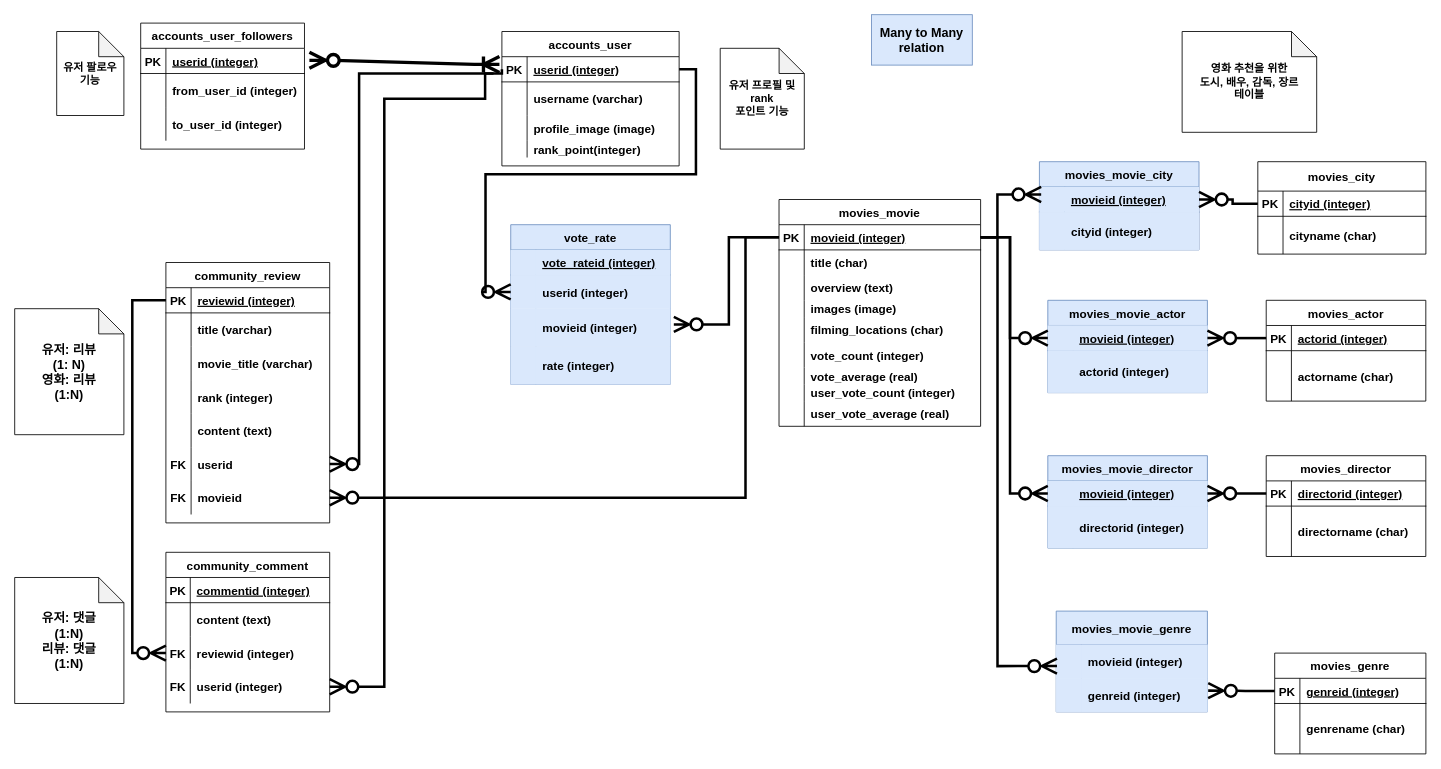
Before: sqlite-learn/prac_sql/movie_pjt.drawio in Santiago-kwp/TIL, a draw.io diagram. Source tidied: cells renumbered, new cells numbered last; positions are measured from the earlier drawing's top-left corner, leaving out a move shared by most shapes. Both pictures are drawn from the tidied source at 84%, with x=0, y=0 at pixel (14, 14).
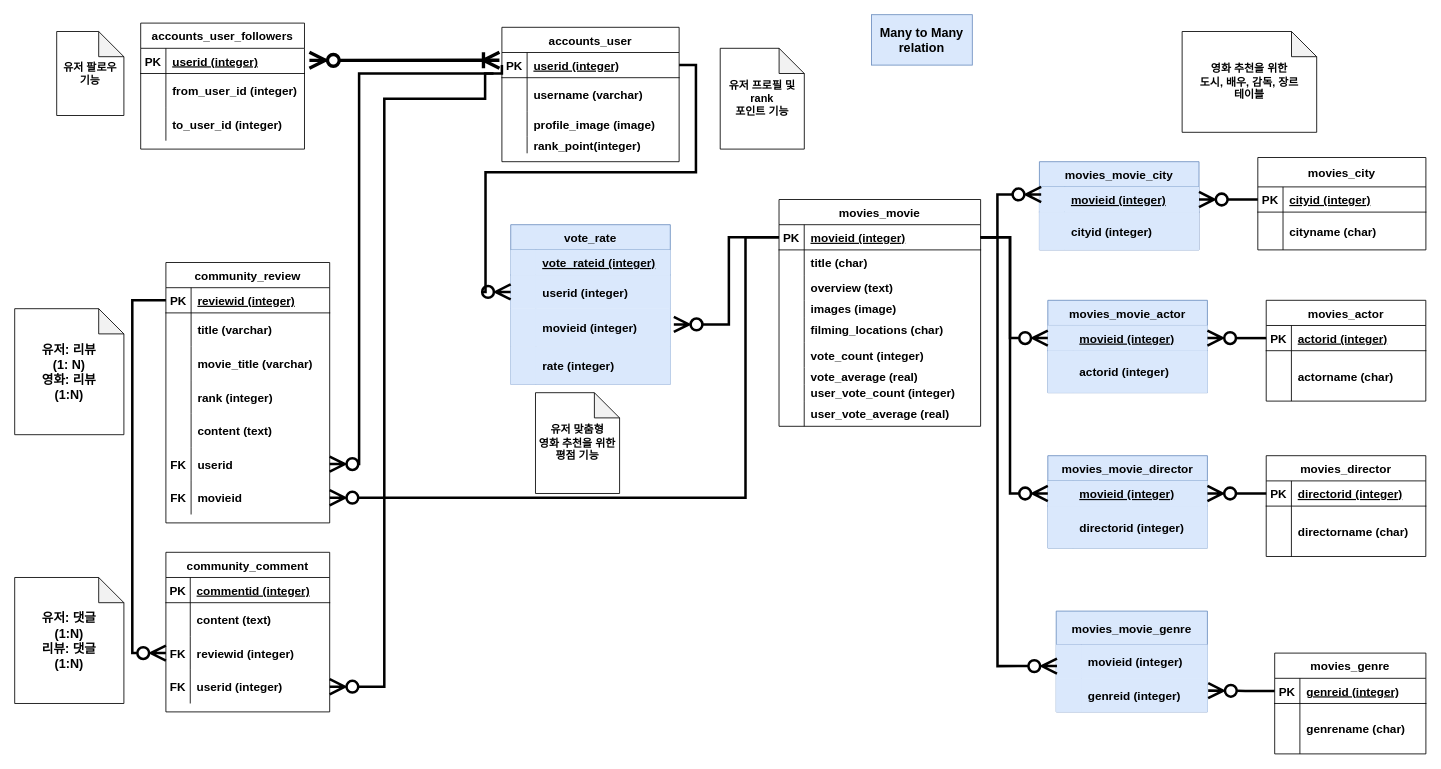
Above is the later version.

Diff of the diagram source:
```diff
@@
     <mxCell id="3" value="accounts_user" style="shape=table;startSize=30;childLayout=tableLayout;rowLines=0;fontStyle=1;align=center;fontSize=14;" parent="1" vertex="1">
-      <mxGeometry x="580" y="20" width="211" height="160" as="geometry" />
+      <mxGeometry x="580" y="15" width="211" height="160" as="geometry" />
     </mxCell>
@@
     <mxCell id="106" value="movies_city" style="shape=table;startSize=35;childLayout=tableLayout;rowLines=0;fontStyle=1;align=center;fontSize=14;" parent="1" vertex="1">
-      <mxGeometry x="1479.9" y="175" width="200.1" height="110" as="geometry" />
+      <mxGeometry x="1479.9" y="170" width="200.1" height="110" as="geometry" />
     </mxCell>
@@
+    <mxCell id="178" value="&lt;b&gt;유저 맞춤형 &lt;br&gt;영화 추천을 위한 평점 기능&lt;/b&gt;" style="shape=note;whiteSpace=wrap;html=1;backgroundOutline=1;darkOpacity=0.05;fontSize=13;gradientColor=none;" parent="1" vertex="1">
+      <mxGeometry x="620" y="450" width="100.1" height="120" as="geometry" />
+    </mxCell>
```
